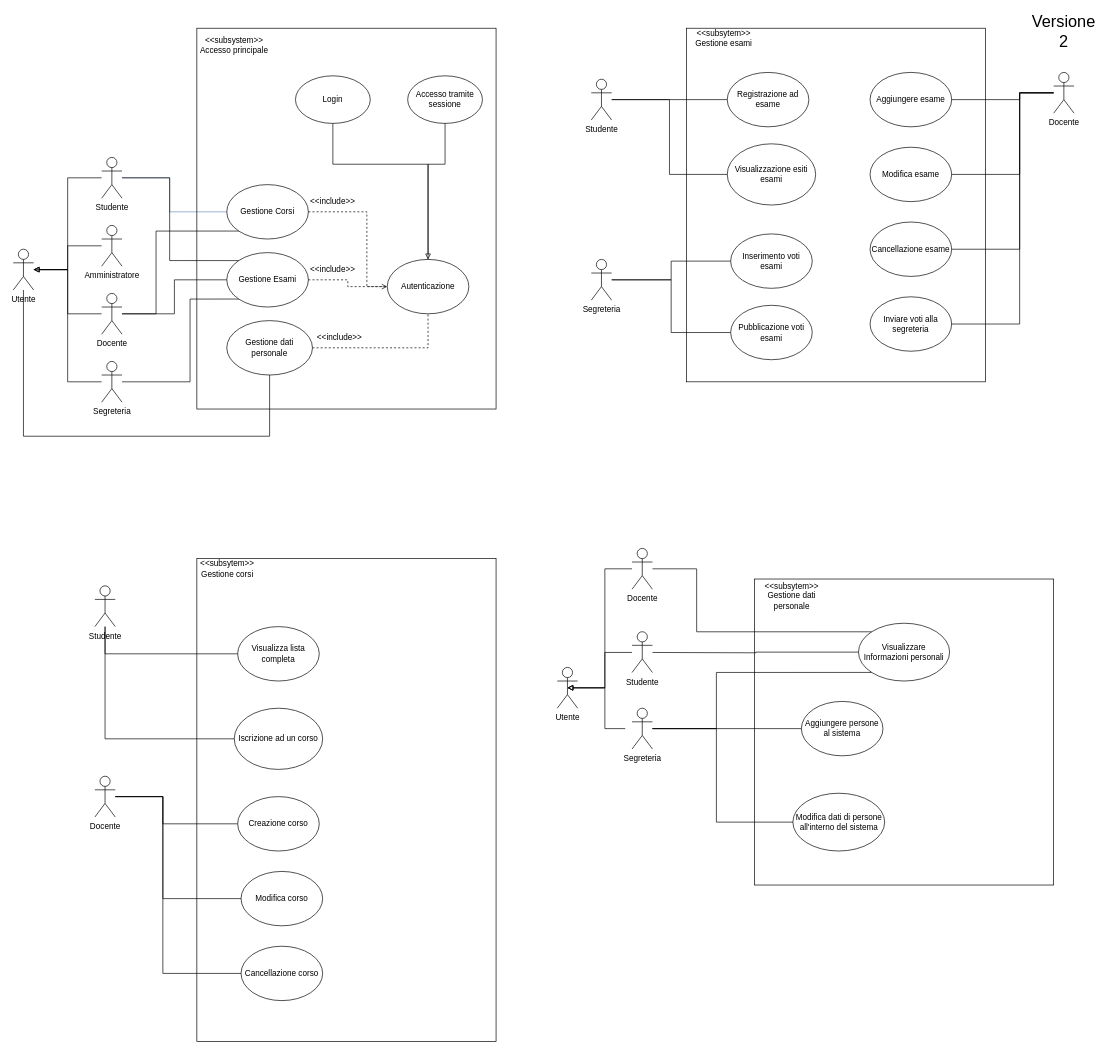
Before: Modelli/Casi d'uso/Modello dei casi d'uso (v2).drawio in brullomattia/Documentazione, a draw.io diagram. Source tidied: cells renumbered, new cells numbered last; positions are measured from the earlier drawing's top-left corner, leaving out a move shared by most shapes. Both pictures are drawn from the tidied source at 68%, with x=0, y=0 at pixel (13, 21).
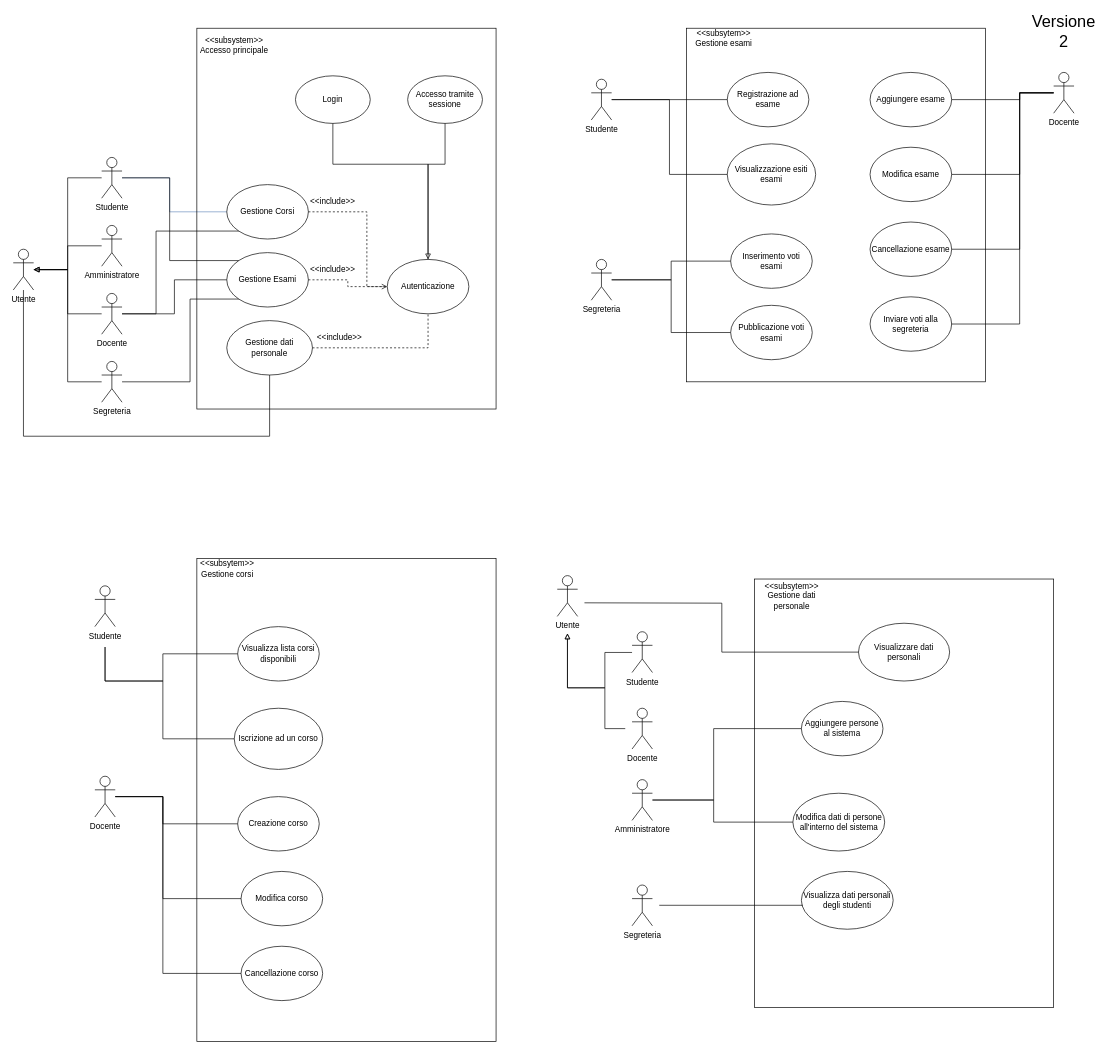
After the change.

The change refers to these unchanged cells:
```xml
<mxCell id="35" value="Studente" style="shape=umlActor;verticalLabelPosition=bottom;verticalAlign=top;html=1;outlineConnect=0;fillColor=default;" parent="1" vertex="1">
  <mxGeometry x="120" y="830" width="30" height="60" as="geometry" />
</mxCell>
<mxCell id="37" value="Iscrizione ad un corso" style="ellipse;whiteSpace=wrap;html=1;fillColor=none;" parent="1" vertex="1">
  <mxGeometry x="325" y="1010" width="130" height="90" as="geometry" />
</mxCell>
<mxCell id="66" value="Aggiungere persone al sistema" style="ellipse;whiteSpace=wrap;html=1;fillColor=none;" parent="1" vertex="1">
  <mxGeometry x="1159" y="1000" width="120" height="80" as="geometry" />
</mxCell>
<mxCell id="67" value="Modifica dati di persone all'interno del sistema" style="ellipse;whiteSpace=wrap;html=1;fillColor=none;" parent="1" vertex="1">
  <mxGeometry x="1146.5" y="1135" width="135" height="85" as="geometry" />
</mxCell>
```

Change to the diagram source:
```diff
@@
-    <mxCell id="33" style="edgeStyle=orthogonalEdgeStyle;rounded=0;jettySize=auto;html=1;entryX=0;entryY=0.5;entryDx=0;entryDy=0;startArrow=none;startFill=0;endArrow=none;endFill=0;strokeColor=#000000;" parent="1" edge="1" source="35" target="36">
+    <mxCell id="33" style="edgeStyle=orthogonalEdgeStyle;rounded=0;jettySize=auto;html=1;entryX=0;entryY=0.5;entryDx=0;entryDy=0;startArrow=none;startFill=0;endArrow=none;endFill=0;strokeColor=#000000;" parent="1" edge="1" target="36">
       <mxGeometry relative="1" as="geometry">
+        <mxPoint x="135" y="920" as="sourcePoint" />
         <Array as="points">
-          <mxPoint x="135" y="930" />
+          <mxPoint x="135" y="970" />
+          <mxPoint x="220" y="970" />
+          <mxPoint x="220" y="930" />
         </Array>
       </mxGeometry>
     </mxCell>
-    <mxCell id="34" style="edgeStyle=orthogonalEdgeStyle;rounded=0;jettySize=auto;html=1;entryX=0;entryY=0.5;entryDx=0;entryDy=0;startArrow=none;startFill=0;endArrow=none;endFill=0;strokeColor=#000000;" parent="1" edge="1" source="35" target="37">
+    <mxCell id="34" style="edgeStyle=orthogonalEdgeStyle;rounded=0;jettySize=auto;html=1;entryX=0;entryY=0.5;entryDx=0;entryDy=0;startArrow=none;startFill=0;endArrow=none;endFill=0;strokeColor=#000000;" parent="1" edge="1" target="37">
       <mxGeometry relative="1" as="geometry">
+        <mxPoint x="135" y="920" as="sourcePoint" />
         <Array as="points">
-          <mxPoint x="135" y="1055" />
+          <mxPoint x="135" y="970" />
+          <mxPoint x="220" y="970" />
+          <mxPoint x="220" y="1055" />
         </Array>
       </mxGeometry>
     </mxCell>
@@
-    <mxCell id="36" value="Visualizza lista completa" style="ellipse;whiteSpace=wrap;html=1;fillColor=none;" parent="1" vertex="1">
+    <mxCell id="36" value="Visualizza lista corsi disponibili" style="ellipse;whiteSpace=wrap;html=1;fillColor=none;" parent="1" vertex="1">
       <mxGeometry x="330" y="890" width="120" height="80" as="geometry" />
     </mxCell>
@@
     <mxCell id="63" style="rounded=0;whiteSpace=wrap;html=1;fillColor=none;" parent="1" vertex="1">
-      <mxGeometry x="1090" y="820" width="440" height="450" as="geometry" />
+      <mxGeometry x="1090" y="820" width="440" height="630" as="geometry" />
     </mxCell>
@@
-    <mxCell id="65" value="Visualizzare Informazioni personali" style="ellipse;whiteSpace=wrap;html=1;fillColor=none;" parent="1" vertex="1">
+    <mxCell id="65" value="Visualizzare dati personali" style="ellipse;whiteSpace=wrap;html=1;fillColor=none;" parent="1" vertex="1">
       <mxGeometry x="1243" y="885" width="134" height="85" as="geometry" />
     </mxCell>
@@
-    <mxCell id="68" style="edgeStyle=orthogonalEdgeStyle;rounded=0;jettySize=auto;html=1;entryX=0;entryY=0.5;entryDx=0;entryDy=0;startArrow=none;startFill=0;endArrow=none;endFill=0;strokeColor=#000000;" parent="1" edge="1" target="65">
-      <mxGeometry relative="1" as="geometry">
-        <mxPoint x="940" y="928" as="sourcePoint" />
-      </mxGeometry>
-    </mxCell>
@@
-    <mxCell id="70" style="edgeStyle=orthogonalEdgeStyle;rounded=0;jettySize=auto;html=1;entryX=0;entryY=0.5;entryDx=0;entryDy=0;startArrow=none;startFill=0;endArrow=none;endFill=0;strokeColor=#000000;" parent="1" edge="1" source="74" target="66">
+    <mxCell id="70" style="edgeStyle=orthogonalEdgeStyle;rounded=0;jettySize=auto;html=1;entryX=0;entryY=0.5;entryDx=0;entryDy=0;startArrow=none;startFill=0;endArrow=none;endFill=0;strokeColor=#000000;" parent="1" edge="1" target="66">
       <mxGeometry relative="1" as="geometry">
+        <mxPoint x="940" y="1145" as="sourcePoint" />
         <Array as="points">
-          <mxPoint x="990" y="1040" />
-          <mxPoint x="990" y="1040" />
+          <mxPoint x="940" y="1145" />
+          <mxPoint x="1030" y="1145" />
+          <mxPoint x="1030" y="1040" />
         </Array>
       </mxGeometry>
     </mxCell>
-    <mxCell id="71" style="edgeStyle=orthogonalEdgeStyle;rounded=0;jettySize=auto;html=1;entryX=0;entryY=0.5;entryDx=0;entryDy=0;startArrow=none;startFill=0;endArrow=none;endFill=0;strokeColor=#000000;" parent="1" edge="1" source="74" target="67">
+    <mxCell id="71" style="edgeStyle=orthogonalEdgeStyle;rounded=0;jettySize=auto;html=1;entryX=0;entryY=0.5;entryDx=0;entryDy=0;startArrow=none;startFill=0;endArrow=none;endFill=0;strokeColor=#000000;" parent="1" edge="1" target="67">
       <mxGeometry relative="1" as="geometry">
+        <mxPoint x="940" y="1145" as="sourcePoint" />
         <Array as="points">
-          <mxPoint x="1034" y="1040" />
-          <mxPoint x="1034" y="1178" />
+          <mxPoint x="940" y="1145" />
+          <mxPoint x="1030" y="1145" />
+          <mxPoint x="1030" y="1178" />
         </Array>
       </mxGeometry>
     </mxCell>
-    <mxCell id="72" style="edgeStyle=orthogonalEdgeStyle;rounded=0;jettySize=auto;html=1;entryX=0;entryY=1;entryDx=0;entryDy=0;endArrow=none;endFill=0;" parent="1" edge="1" target="65">
-      <mxGeometry relative="1" as="geometry">
-        <mxPoint x="940" y="1040" as="sourcePoint" />
-        <Array as="points">
-          <mxPoint x="940" y="1040" />
-          <mxPoint x="1034" y="1040" />
-          <mxPoint x="1034" y="957" />
-        </Array>
-      </mxGeometry>
-    </mxCell>
-    <mxCell id="73" style="edgeStyle=orthogonalEdgeStyle;rounded=0;jettySize=auto;html=1;entryX=0.5;entryY=0.5;entryDx=0;entryDy=0;entryPerimeter=0;startArrow=none;startFill=0;endArrow=block;endFill=0;" parent="1" edge="1" target="84">
+    <mxCell id="73" style="edgeStyle=orthogonalEdgeStyle;rounded=0;orthogonalLoop=1;jettySize=auto;html=1;startArrow=none;startFill=0;endArrow=block;endFill=0;" parent="1" edge="1">
       <mxGeometry relative="1" as="geometry">
         <mxPoint x="900" y="1040" as="sourcePoint" />
+        <mxPoint x="815" y="900" as="targetPoint" />
         <Array as="points">
-          <mxPoint x="900" y="1040" />
           <mxPoint x="870" y="1040" />
           <mxPoint x="870" y="980" />
+          <mxPoint x="815" y="980" />
         </Array>
       </mxGeometry>
     </mxCell>
-    <mxCell id="74" value="Segreteria" style="shape=umlActor;verticalLabelPosition=bottom;verticalAlign=top;html=1;outlineConnect=0;fillColor=default;" parent="1" vertex="1">
+    <mxCell id="74" value="Docente" style="shape=umlActor;verticalLabelPosition=bottom;verticalAlign=top;html=1;outlineConnect=0;fillColor=default;" parent="1" vertex="1">
       <mxGeometry x="910" y="1010" width="30" height="60" as="geometry" />
     </mxCell>
-    <mxCell id="75" style="edgeStyle=orthogonalEdgeStyle;rounded=0;jettySize=auto;html=1;entryX=0;entryY=0;entryDx=0;entryDy=0;endArrow=none;endFill=0;" parent="1" edge="1" source="76" target="65">
-      <mxGeometry relative="1" as="geometry">
-        <Array as="points">
-          <mxPoint x="1005" y="898" />
-        </Array>
-      </mxGeometry>
-    </mxCell>
-    <mxCell id="76" value="Docente" style="shape=umlActor;verticalLabelPosition=bottom;verticalAlign=top;html=1;outlineConnect=0;fillColor=default;" parent="1" vertex="1">
-      <mxGeometry x="910" y="775" width="30" height="60" as="geometry" />
+    <mxCell id="76" value="Amministratore" style="shape=umlActor;verticalLabelPosition=bottom;verticalAlign=top;html=1;outlineConnect=0;fillColor=default;" parent="1" vertex="1">
+      <mxGeometry x="910" y="1115" width="30" height="60" as="geometry" />
     </mxCell>
@@
-    <mxCell id="82" style="edgeStyle=orthogonalEdgeStyle;rounded=0;jettySize=auto;html=1;endArrow=none;endFill=0;startArrow=block;startFill=0;exitX=0.5;exitY=0.5;exitDx=0;exitDy=0;exitPerimeter=0;" parent="1" edge="1" source="84">
+    <mxCell id="82" style="edgeStyle=orthogonalEdgeStyle;rounded=0;orthogonalLoop=1;jettySize=auto;html=1;endArrow=none;endFill=0;startArrow=block;startFill=0;" parent="1" edge="1">
       <mxGeometry relative="1" as="geometry">
+        <mxPoint x="815" y="900" as="sourcePoint" />
         <mxPoint x="910" y="928" as="targetPoint" />
         <Array as="points">
+          <mxPoint x="815" y="980" />
           <mxPoint x="870" y="980" />
           <mxPoint x="870" y="928" />
         </Array>
       </mxGeometry>
     </mxCell>
-    <mxCell id="83" style="edgeStyle=orthogonalEdgeStyle;rounded=0;jettySize=auto;html=1;endArrow=none;endFill=0;startArrow=block;startFill=0;exitX=0.5;exitY=0.5;exitDx=0;exitDy=0;exitPerimeter=0;" parent="1" edge="1" source="84">
-      <mxGeometry relative="1" as="geometry">
-        <mxPoint x="910" y="805" as="targetPoint" />
-        <Array as="points">
-          <mxPoint x="870" y="980" />
-          <mxPoint x="870" y="805" />
-        </Array>
-      </mxGeometry>
-    </mxCell>
+    <mxCell id="86" style="edgeStyle=orthogonalEdgeStyle;rounded=0;jettySize=auto;html=1;entryX=0;entryY=0.5;entryDx=0;entryDy=0;endArrow=none;endFill=0;" parent="1" edge="1" target="65">
+      <mxGeometry relative="1" as="geometry">
+        <mxPoint x="840" y="855" as="sourcePoint" />
+      </mxGeometry>
+    </mxCell>
     <mxCell id="84" value="Utente" style="shape=umlActor;verticalLabelPosition=bottom;verticalAlign=top;html=1;outlineConnect=0;fillColor=default;" parent="1" vertex="1">
-      <mxGeometry x="800" y="950" width="30" height="60" as="geometry" />
+      <mxGeometry x="800" y="815" width="30" height="60" as="geometry" />
     </mxCell>
@@
+    <mxCell id="87" value="Visualizza dati personali degli studenti" style="ellipse;whiteSpace=wrap;html=1;fillColor=none;" parent="1" vertex="1">
+      <mxGeometry x="1159" y="1250" width="135" height="85" as="geometry" />
+    </mxCell>
+    <mxCell id="88" style="edgeStyle=orthogonalEdgeStyle;rounded=0;jettySize=auto;html=1;endArrow=none;endFill=0;entryX=0.016;entryY=0.586;entryDx=0;entryDy=0;entryPerimeter=0;" parent="1" edge="1" target="87">
+      <mxGeometry relative="1" as="geometry">
+        <mxPoint x="950" y="1300" as="sourcePoint" />
+        <Array as="points">
+          <mxPoint x="1161" y="1300" />
+        </Array>
+      </mxGeometry>
+    </mxCell>
+    <mxCell id="89" value="Segreteria" style="shape=umlActor;verticalLabelPosition=bottom;verticalAlign=top;html=1;fillColor=default;" parent="1" vertex="1">
+      <mxGeometry x="910" y="1270" width="30" height="60" as="geometry" />
+    </mxCell>
```
